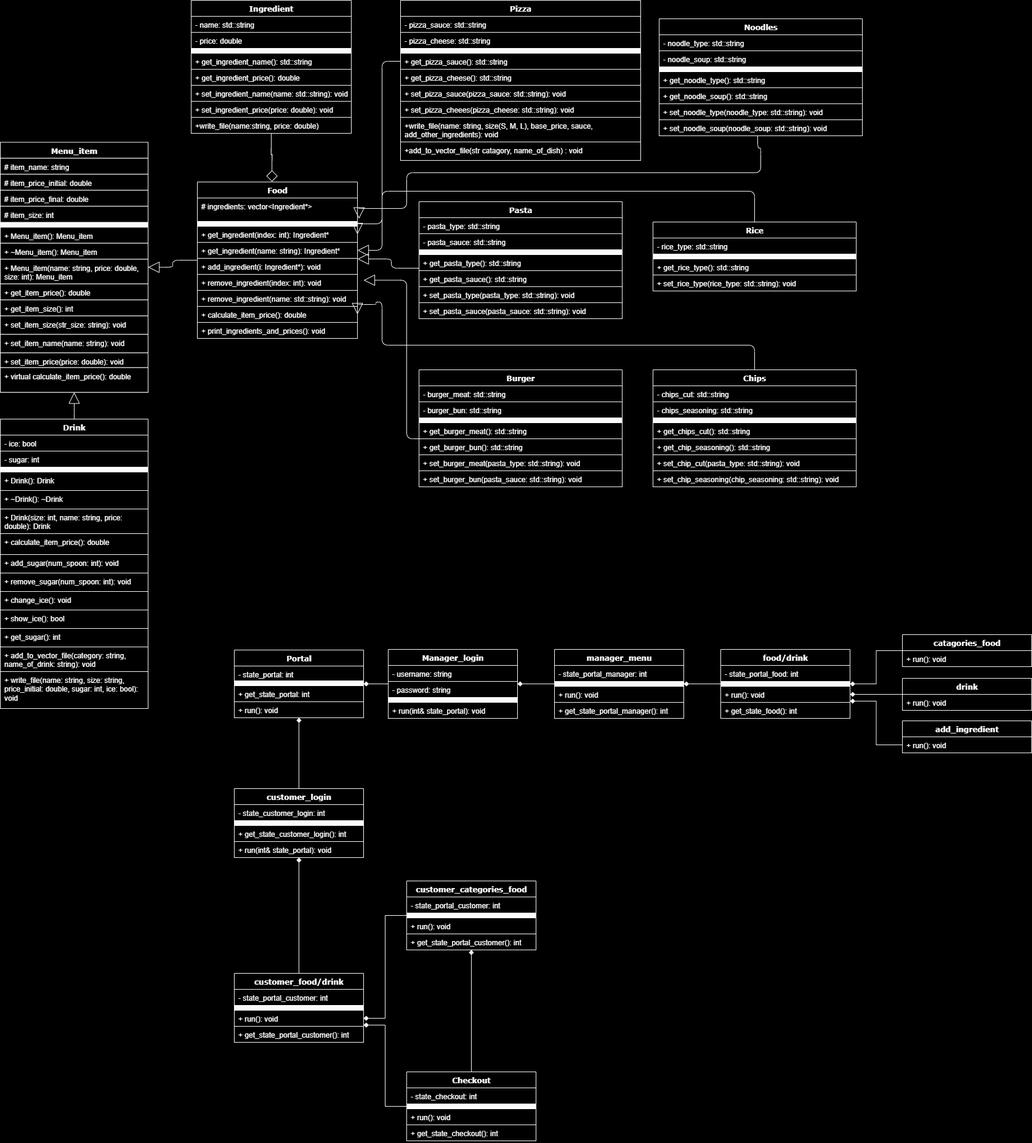
Earlier version of the draw.io export UML.png (SohamA12345/Project). Source tidied: cells renumbered, new cells last; positions are measured from the earlier drawing's top-left corner, leaving out a move shared by most shapes.
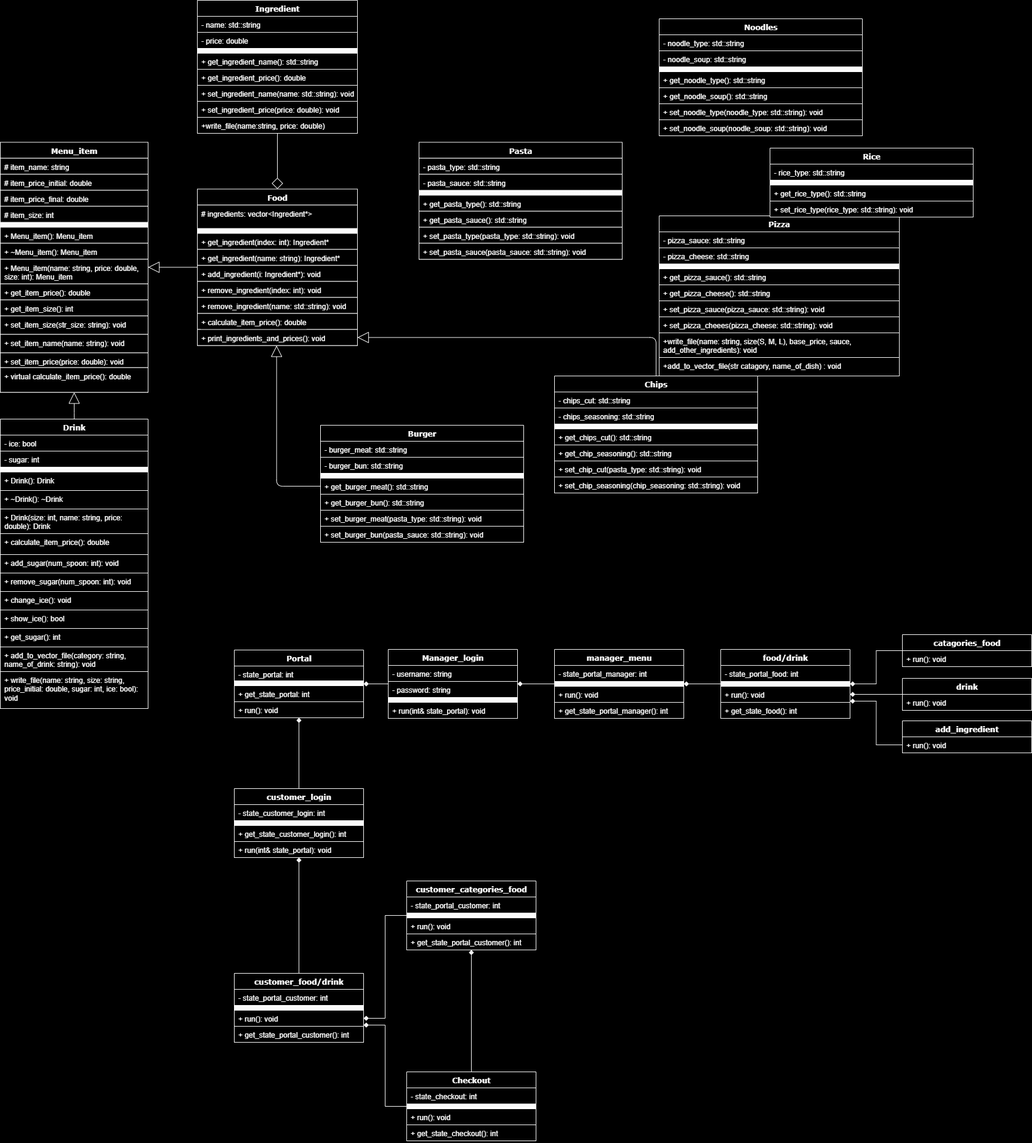
Later version of the same file.

What changed in the source:
```diff
@@ -47,16 +47,8 @@
     <mxCell id="16" value="+ virtual calculate_item_price(): double" style="text;html=1;align=left;verticalAlign=top;spacingLeft=4;spacingRight=4;whiteSpace=wrap;overflow=hidden;fontColor=#FCFCFC;fillColor=#000000;strokeColor=#F5F5F5;labelBackgroundColor=#000000;labelBorderColor=default;" parent="2" vertex="1">
       <mxGeometry y="366" width="240" height="40" as="geometry" />
     </mxCell>
-    <mxCell id="17" style="edgeStyle=orthogonalEdgeStyle;html=1;labelBackgroundColor=#000000;startFill=0;startSize=8;endArrow=block;endFill=0;endSize=16;fontFamily=Verdana;fontSize=12;elbow=vertical;rounded=1;align=center;verticalAlign=middle;fontColor=#FCFCFC;exitX=0.006;exitY=0.846;exitDx=0;exitDy=0;exitPerimeter=0;fillColor=#000000;strokeColor=#F5F5F5;labelBorderColor=default;" parent="1" edge="1" source="89" target="18">
-      <mxGeometry relative="1" as="geometry">
-        <Array as="points">
-          <mxPoint x="635" y="435" />
-          <mxPoint x="635" y="420" />
-        </Array>
-      </mxGeometry>
-    </mxCell>
     <mxCell id="18" value="Food" style="swimlane;html=1;fontStyle=1;align=center;verticalAlign=top;horizontal=1;startSize=26;swimlaneFillColor=#ffffff;rounded=0;shadow=0;comic=0;labelBackgroundColor=#000000;strokeWidth=1;fontFamily=Verdana;fontSize=12;fontColor=#FCFCFC;fillColor=#000000;strokeColor=#F5F5F5;labelBorderColor=default;" parent="1" vertex="1">
-      <mxGeometry x="320" y="295" width="260" height="254" as="geometry" />
+      <mxGeometry x="320" y="306.5" width="260" height="254" as="geometry" />
     </mxCell>
     <mxCell id="19" value="# ingredients: vector&amp;lt;Ingredient*&amp;gt;&amp;nbsp;" style="text;html=1;align=left;verticalAlign=top;spacingLeft=4;spacingRight=4;whiteSpace=wrap;overflow=hidden;points=[[0,0.5],[1,0.5]];portConstraint=eastwest;fontColor=#FCFCFC;fillColor=#000000;strokeColor=#F5F5F5;labelBackgroundColor=#000000;labelBorderColor=default;" parent="18" vertex="1">
       <mxGeometry y="26" width="260" height="38" as="geometry" />
@@ -136,8 +128,11 @@
     <mxCell id="44" value="+ write_file(name: string, size: string, price_initial: double, sugar: int, ice: bool): void" style="text;html=1;align=left;verticalAlign=top;spacingLeft=4;spacingRight=4;whiteSpace=wrap;overflow=hidden;fontColor=#FCFCFC;fillColor=#000000;strokeColor=#F5F5F5;labelBackgroundColor=#000000;labelBorderColor=default;" parent="30" vertex="1">
       <mxGeometry y="410" width="240" height="60" as="geometry" />
     </mxCell>
+    <mxCell id="137" style="edgeStyle=orthogonalEdgeStyle;shape=connector;rounded=1;jettySize=auto;html=1;exitX=0.5;exitY=1;exitDx=0;exitDy=0;entryX=0.5;entryY=0;entryDx=0;entryDy=0;strokeColor=#F5F5F5;align=center;verticalAlign=middle;fontFamily=Helvetica;fontSize=11;fontColor=#FCFCFC;labelBackgroundColor=#000000;endArrow=diamond;labelBorderColor=default;endFill=0;endSize=16;curved=0;fillColor=#000000;" parent="1" edge="1" source="45" target="18">
+      <mxGeometry relative="1" as="geometry" />
+    </mxCell>
     <mxCell id="45" value="Ingredient" style="swimlane;html=1;fontStyle=1;align=center;verticalAlign=top;horizontal=1;startSize=26;swimlaneFillColor=#ffffff;rounded=0;shadow=0;comic=0;labelBackgroundColor=#000000;strokeWidth=1;fontFamily=Verdana;fontSize=12;fontColor=#FCFCFC;fillColor=#000000;strokeColor=#F5F5F5;labelBorderColor=default;" parent="1" vertex="1">
-      <mxGeometry x="310" width="260" height="216" as="geometry" />
+      <mxGeometry x="320" width="260" height="216" as="geometry" />
     </mxCell>
     <mxCell id="46" value="- name: std::string" style="text;html=1;align=left;verticalAlign=top;spacingLeft=4;spacingRight=4;whiteSpace=wrap;overflow=hidden;fontColor=#FCFCFC;fillColor=#000000;strokeColor=#F5F5F5;labelBackgroundColor=#000000;labelBorderColor=default;" parent="45" vertex="1">
       <mxGeometry y="26" width="260" height="26" as="geometry" />
@@ -257,7 +252,7 @@
       <mxGeometry y="86" width="210" height="26" as="geometry" />
     </mxCell>
     <mxCell id="85" value="Pasta" style="swimlane;html=1;fontStyle=1;align=center;verticalAlign=top;horizontal=1;startSize=26;swimlaneFillColor=#ffffff;rounded=0;shadow=0;comic=0;labelBackgroundColor=#000000;strokeWidth=1;fontFamily=Verdana;fontSize=12;fontColor=#FCFCFC;fillColor=#000000;strokeColor=#F5F5F5;labelBorderColor=default;" parent="1" vertex="1">
-      <mxGeometry x="680" y="327" width="330" height="190" as="geometry" />
+      <mxGeometry x="680" y="230.5" width="330" height="190" as="geometry" />
     </mxCell>
     <mxCell id="86" value="- pasta_type: std::string" style="text;html=1;align=left;verticalAlign=top;spacingLeft=4;spacingRight=4;whiteSpace=wrap;overflow=hidden;fontColor=#FCFCFC;fillColor=#000000;strokeColor=#F5F5F5;labelBackgroundColor=#000000;labelBorderColor=default;" parent="85" vertex="1">
       <mxGeometry y="26" width="330" height="26" as="geometry" />
@@ -281,7 +276,7 @@
       <mxGeometry y="164" width="330" height="26" as="geometry" />
     </mxCell>
     <mxCell id="93" value="Pizza" style="swimlane;html=1;fontStyle=1;align=center;verticalAlign=top;horizontal=1;startSize=26;swimlaneFillColor=#ffffff;rounded=0;shadow=0;comic=0;labelBackgroundColor=#000000;strokeWidth=1;fontFamily=Verdana;fontSize=12;fontColor=#FCFCFC;fillColor=#000000;strokeColor=#F5F5F5;labelBorderColor=default;" parent="1" vertex="1">
-      <mxGeometry x="650" width="390" height="260" as="geometry" />
+      <mxGeometry x="1070" y="350" width="390" height="260" as="geometry" />
     </mxCell>
     <mxCell id="94" value="- pizza_sauce: std::string" style="text;html=1;align=left;verticalAlign=top;spacingLeft=4;spacingRight=4;whiteSpace=wrap;overflow=hidden;fontColor=#FCFCFC;fillColor=#000000;strokeColor=#F5F5F5;labelBackgroundColor=#000000;labelBorderColor=default;" parent="93" vertex="1">
       <mxGeometry y="26" width="390" height="26" as="geometry" />
@@ -310,9 +305,6 @@
     <mxCell id="102" value="+add_to_vector_file(str catagory, name_of_dish) : void" style="text;html=1;align=left;verticalAlign=top;spacingLeft=4;spacingRight=4;whiteSpace=wrap;overflow=hidden;fontColor=#FCFCFC;fillColor=#000000;strokeColor=#F5F5F5;labelBackgroundColor=#000000;labelBorderColor=default;" parent="93" vertex="1">
       <mxGeometry y="230" width="390" height="30" as="geometry" />
     </mxCell>
-    <mxCell id="103" style="edgeStyle=orthogonalEdgeStyle;rounded=1;jettySize=auto;html=1;exitX=0;exitY=0.5;exitDx=0;exitDy=0;entryX=1;entryY=0.5;entryDx=0;entryDy=0;verticalAlign=middle;endArrow=block;endFill=0;curved=0;endSize=16;fontColor=#FCFCFC;fillColor=#000000;strokeColor=#F5F5F5;labelBackgroundColor=#000000;labelBorderColor=default;" parent="1" edge="1" source="97" target="22">
-      <mxGeometry relative="1" as="geometry" />
-    </mxCell>
     <mxCell id="104" value="Noodles" style="swimlane;html=1;fontStyle=1;align=center;verticalAlign=top;horizontal=1;startSize=26;swimlaneFillColor=#ffffff;rounded=0;shadow=0;comic=0;labelBackgroundColor=#000000;strokeWidth=1;fontFamily=Verdana;fontSize=12;fontColor=#FCFCFC;fillColor=#000000;strokeColor=#F5F5F5;labelBorderColor=default;" parent="1" vertex="1">
       <mxGeometry x="1070" y="30" width="330" height="190" as="geometry" />
     </mxCell>
@@ -338,7 +330,7 @@
       <mxGeometry y="164" width="330" height="26" as="geometry" />
     </mxCell>
     <mxCell id="112" value="Burger" style="swimlane;html=1;fontStyle=1;align=center;verticalAlign=top;horizontal=1;startSize=26;swimlaneFillColor=#ffffff;rounded=0;shadow=0;comic=0;labelBackgroundColor=#000000;strokeWidth=1;fontFamily=Verdana;fontSize=12;fontColor=#FCFCFC;fillColor=#000000;strokeColor=#F5F5F5;labelBorderColor=default;" parent="1" vertex="1">
-      <mxGeometry x="680" y="600" width="330" height="190" as="geometry" />
+      <mxGeometry x="520" y="690" width="330" height="190" as="geometry" />
     </mxCell>
     <mxCell id="113" value="- burger_meat: std::string" style="text;html=1;align=left;verticalAlign=top;spacingLeft=4;spacingRight=4;whiteSpace=wrap;overflow=hidden;fontColor=#FCFCFC;fillColor=#000000;strokeColor=#F5F5F5;labelBackgroundColor=#000000;labelBorderColor=default;" parent="112" vertex="1">
       <mxGeometry y="26" width="330" height="26" as="geometry" />
@@ -361,19 +353,11 @@
     <mxCell id="119" value="+ set_burger_bun(pasta_sauce: std::string): void" style="text;html=1;align=left;verticalAlign=top;spacingLeft=4;spacingRight=4;whiteSpace=wrap;overflow=hidden;fontColor=#FCFCFC;fillColor=#000000;strokeColor=#F5F5F5;labelBackgroundColor=#000000;labelBorderColor=default;" parent="112" vertex="1">
       <mxGeometry y="164" width="330" height="26" as="geometry" />
     </mxCell>
-    <mxCell id="120" style="edgeStyle=orthogonalEdgeStyle;rounded=1;jettySize=auto;html=1;curved=0;endSize=16;endArrow=block;endFill=0;entryX=1;entryY=0.5;entryDx=0;entryDy=0;fontColor=#FCFCFC;fillColor=#000000;strokeColor=#F5F5F5;labelBackgroundColor=#000000;labelBorderColor=default;" parent="1" edge="1" source="121" target="26">
-      <mxGeometry relative="1" as="geometry">
-        <Array as="points">
-          <mxPoint x="1225" y="560" />
-          <mxPoint x="620" y="560" />
-          <mxPoint x="620" y="490" />
-          <mxPoint x="610" y="490" />
-          <mxPoint x="610" y="494" />
-        </Array>
-      </mxGeometry>
-    </mxCell>
+    <mxCell id="165" style="edgeStyle=orthogonalEdgeStyle;shape=connector;rounded=1;jettySize=auto;html=1;exitX=0.5;exitY=0;exitDx=0;exitDy=0;entryX=1;entryY=0.5;entryDx=0;entryDy=0;strokeColor=#F5F5F5;align=center;verticalAlign=middle;fontFamily=Helvetica;fontSize=11;fontColor=#FCFCFC;labelBackgroundColor=#000000;endArrow=block;labelBorderColor=default;endFill=0;endSize=16;curved=0;fillColor=#000000;" parent="1" edge="1" source="121" target="27">
+      <mxGeometry relative="1" as="geometry" />
+    </mxCell>
     <mxCell id="121" value="Chips" style="swimlane;html=1;fontStyle=1;align=center;verticalAlign=top;horizontal=1;startSize=26;swimlaneFillColor=#ffffff;rounded=0;shadow=0;comic=0;labelBackgroundColor=#000000;strokeWidth=1;fontFamily=Verdana;fontSize=12;fontColor=#FCFCFC;fillColor=#000000;strokeColor=#F5F5F5;labelBorderColor=default;" parent="1" vertex="1">
-      <mxGeometry x="1060" y="600" width="330" height="190" as="geometry" />
+      <mxGeometry x="900" y="610" width="330" height="190" as="geometry" />
     </mxCell>
     <mxCell id="122" value="- chips_cut: std::string" style="text;html=1;align=left;verticalAlign=top;spacingLeft=4;spacingRight=4;whiteSpace=wrap;overflow=hidden;fontColor=#FCFCFC;fillColor=#000000;strokeColor=#F5F5F5;labelBackgroundColor=#000000;labelBorderColor=default;" parent="121" vertex="1">
       <mxGeometry y="26" width="330" height="26" as="geometry" />
@@ -397,7 +381,7 @@
       <mxGeometry y="164" width="330" height="26" as="geometry" />
     </mxCell>
     <mxCell id="129" value="Rice" style="swimlane;html=1;fontStyle=1;align=center;verticalAlign=top;horizontal=1;startSize=26;swimlaneFillColor=#ffffff;rounded=0;shadow=0;comic=0;labelBackgroundColor=#000000;strokeWidth=1;fontFamily=Verdana;fontSize=12;fontColor=#FCFCFC;fillColor=#000000;strokeColor=#F5F5F5;labelBorderColor=default;" parent="1" vertex="1">
-      <mxGeometry x="1060" y="360" width="330" height="112" as="geometry" />
+      <mxGeometry x="1250" y="240" width="330" height="112" as="geometry" />
     </mxCell>
     <mxCell id="130" value="- rice_type: std::string" style="text;html=1;align=left;verticalAlign=top;spacingLeft=4;spacingRight=4;whiteSpace=wrap;overflow=hidden;fontColor=#FCFCFC;fillColor=#000000;strokeColor=#F5F5F5;labelBackgroundColor=#000000;labelBorderColor=default;" parent="129" vertex="1">
       <mxGeometry y="26" width="330" height="26" as="geometry" />
@@ -411,40 +395,6 @@
     <mxCell id="133" value="+ set_rice_type(rice_type: std::string): void" style="text;html=1;align=left;verticalAlign=top;spacingLeft=4;spacingRight=4;whiteSpace=wrap;overflow=hidden;fontColor=#FCFCFC;fillColor=#000000;strokeColor=#F5F5F5;labelBackgroundColor=#000000;labelBorderColor=default;" parent="129" vertex="1">
       <mxGeometry y="86" width="330" height="26" as="geometry" />
     </mxCell>
-    <mxCell id="134" style="edgeStyle=orthogonalEdgeStyle;rounded=1;orthogonalLoop=1;jettySize=auto;html=1;curved=0;endArrow=block;endFill=0;strokeWidth=1;endSize=16;entryX=1;entryY=0.5;entryDx=0;entryDy=0;fontColor=#FCFCFC;fillColor=#000000;strokeColor=#F5F5F5;labelBackgroundColor=#000000;labelBorderColor=default;" parent="1" edge="1">
-      <mxGeometry relative="1" as="geometry">
-        <mxPoint x="680" y="712" as="sourcePoint" />
-        <mxPoint x="590" y="454.5" as="targetPoint" />
-        <Array as="points">
-          <mxPoint x="660" y="712" />
-          <mxPoint x="660" y="454" />
-        </Array>
-      </mxGeometry>
-    </mxCell>
-    <mxCell id="135" style="edgeStyle=orthogonalEdgeStyle;rounded=1;jettySize=auto;html=1;entryX=1;entryY=0.5;entryDx=0;entryDy=0;curved=0;endSize=16;endArrow=block;endFill=0;exitX=0.5;exitY=0;exitDx=0;exitDy=0;fontColor=#FCFCFC;fillColor=#000000;strokeColor=#F5F5F5;labelBackgroundColor=#000000;labelBorderColor=default;" parent="1" edge="1" source="129" target="21">
-      <mxGeometry relative="1" as="geometry">
-        <Array as="points">
-          <mxPoint x="1225" y="310" />
-          <mxPoint x="620" y="310" />
-          <mxPoint x="620" y="363" />
-        </Array>
-      </mxGeometry>
-    </mxCell>
-    <mxCell id="136" style="edgeStyle=orthogonalEdgeStyle;rounded=1;jettySize=auto;html=1;entryX=1.01;entryY=0.886;entryDx=0;entryDy=0;entryPerimeter=0;endSize=16;curved=0;endArrow=block;endFill=0;fontColor=#FCFCFC;fillColor=#000000;strokeColor=#F5F5F5;labelBackgroundColor=#000000;labelBorderColor=default;" parent="1" edge="1" target="19">
-      <mxGeometry relative="1" as="geometry">
-        <mxPoint x="1230" y="220" as="sourcePoint" />
-        <Array as="points">
-          <mxPoint x="1230" y="240" />
-          <mxPoint x="1235" y="240" />
-          <mxPoint x="1235" y="280" />
-          <mxPoint x="660" y="280" />
-          <mxPoint x="660" y="338" />
-        </Array>
-      </mxGeometry>
-    </mxCell>
-    <mxCell id="137" style="edgeStyle=orthogonalEdgeStyle;rounded=1;jettySize=auto;html=1;entryX=0.466;entryY=-0.002;entryDx=0;entryDy=0;entryPerimeter=0;endSize=16;curved=0;endArrow=diamond;endFill=0;fontColor=#FCFCFC;fillColor=#000000;strokeColor=#F5F5F5;labelBackgroundColor=#000000;labelBorderColor=default;" parent="1" edge="1" source="45" target="18">
-      <mxGeometry relative="1" as="geometry" />
-    </mxCell>
     <mxCell id="138" value="food/drink" style="swimlane;html=1;fontStyle=1;align=center;verticalAlign=top;horizontal=1;startSize=26;swimlaneFillColor=#ffffff;rounded=0;shadow=0;comic=0;labelBackgroundColor=#000000;strokeWidth=1;fontFamily=Verdana;fontSize=12;fontColor=#FCFCFC;fillColor=#000000;strokeColor=#F5F5F5;labelBorderColor=default;" parent="1" vertex="1">
       <mxGeometry x="1170" y="1054" width="210" height="112" as="geometry" />
     </mxCell>
@@ -526,5 +476,8 @@
     <mxCell id="164" value="+ get_state_checkout(): int" style="text;html=1;align=left;verticalAlign=top;spacingLeft=4;spacingRight=4;whiteSpace=wrap;overflow=hidden;fontColor=#FCFCFC;fillColor=#000000;strokeColor=#F5F5F5;labelBackgroundColor=#000000;labelBorderColor=default;" parent="160" vertex="1">
       <mxGeometry y="86" width="210" height="26" as="geometry" />
     </mxCell>
+    <mxCell id="166" style="edgeStyle=orthogonalEdgeStyle;rounded=1;jettySize=auto;html=1;exitX=0;exitY=0.5;exitDx=0;exitDy=0;entryX=0.495;entryY=1;entryDx=0;entryDy=0;entryPerimeter=0;strokeColor=#F5F5F5;endArrow=block;endFill=0;align=center;verticalAlign=middle;fontFamily=Helvetica;fontSize=11;fontColor=#FCFCFC;labelBorderColor=default;labelBackgroundColor=#000000;endSize=16;curved=0;fillColor=#000000;" parent="1" edge="1" source="116" target="27">
+      <mxGeometry relative="1" as="geometry" />
+    </mxCell>
   </root>
 </mxGraphModel>
```
